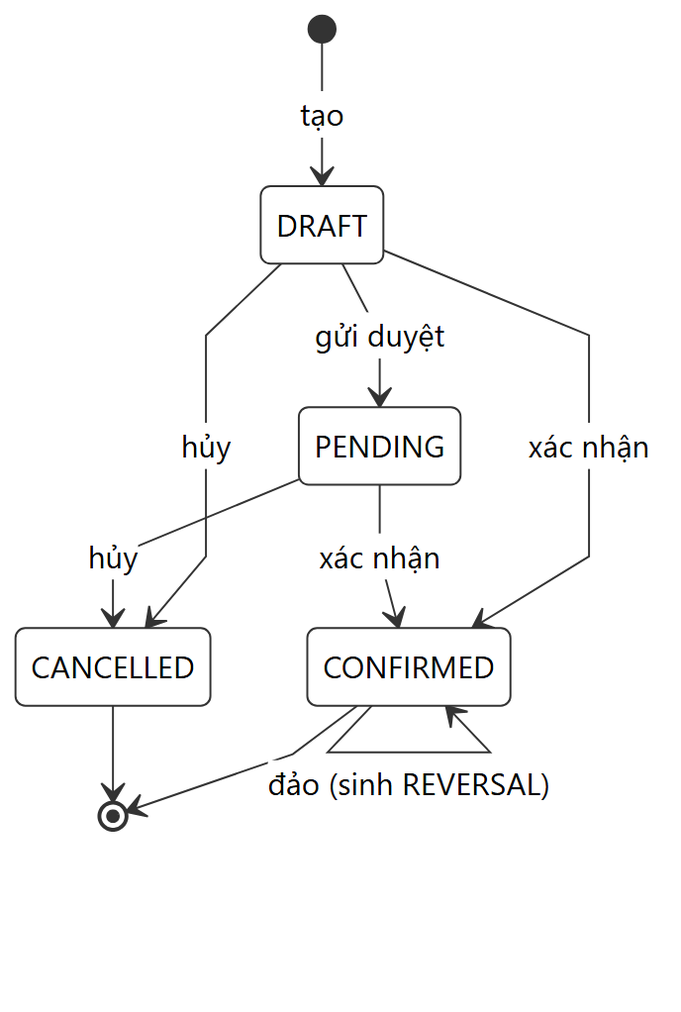
Before: docs/diagrams/26_3-3-1_chuc-nang-nhap-kho-goods-receipt_state.png, a diagram exported from Mermaid (nguyenthihongnhu-dotcom/luanvan2026). Its source is kept beside it as docs/diagrams/26_3-3-1_chuc-nang-nhap-kho-goods-receipt_state.mmd.
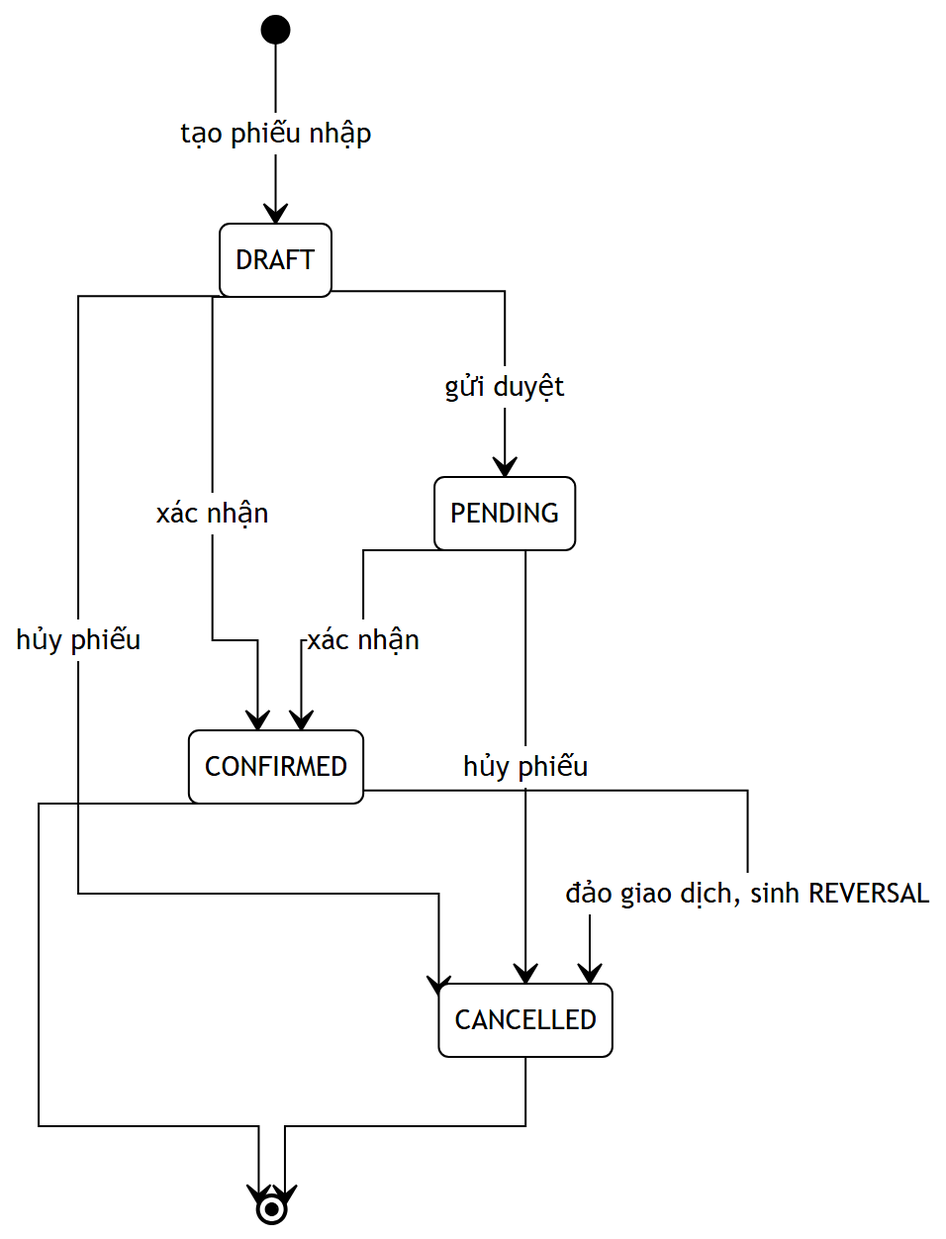
Above is the later version.

Diff of the diagram source:
```diff
@@ -1,10 +1,35 @@
+%%{init: {
+  'theme': 'base',
+  'themeVariables': {
+    'primaryColor': '#ffffff',
+    'primaryBorderColor': '#000000',
+    'primaryTextColor': '#000000',
+    'secondaryColor': '#ffffff',
+    'secondaryBorderColor': '#000000',
+    'secondaryTextColor': '#000000',
+    'tertiaryColor': '#ffffff',
+    'tertiaryBorderColor': '#000000',
+    'tertiaryTextColor': '#000000',
+    'lineColor': '#000000',
+    'textColor': '#000000',
+    'mainBkg': '#ffffff',
+    'nodeBorder': '#000000',
+    'clusterBkg': '#ffffff',
+    'clusterBorder': '#000000',
+    'edgeLabelBackground': '#ffffff',
+    'fontSize': '14px',
+    'labelBackgroundColor': '#ffffff'
+  },
+  'flowchart': { 'curve': 'stepAfter', 'nodeSpacing': 60, 'rankSpacing': 70, 'padding': 12 },
+  'state': { 'padding': 12, 'useMaxWidth': false }
+}}%%
 stateDiagram-v2
-    [*] --> DRAFT: tạo
+    [*] --> DRAFT: tạo phiếu nhập
     DRAFT --> PENDING: gửi duyệt
     DRAFT --> CONFIRMED: xác nhận
+    DRAFT --> CANCELLED: hủy phiếu
     PENDING --> CONFIRMED: xác nhận
-    DRAFT --> CANCELLED: hủy
-    PENDING --> CANCELLED: hủy
-    CONFIRMED --> CONFIRMED: đảo (sinh REVERSAL)
+    PENDING --> CANCELLED: hủy phiếu
+    CONFIRMED --> CANCELLED: đảo giao dịch, sinh REVERSAL
     CONFIRMED --> [*]
     CANCELLED --> [*]
```
